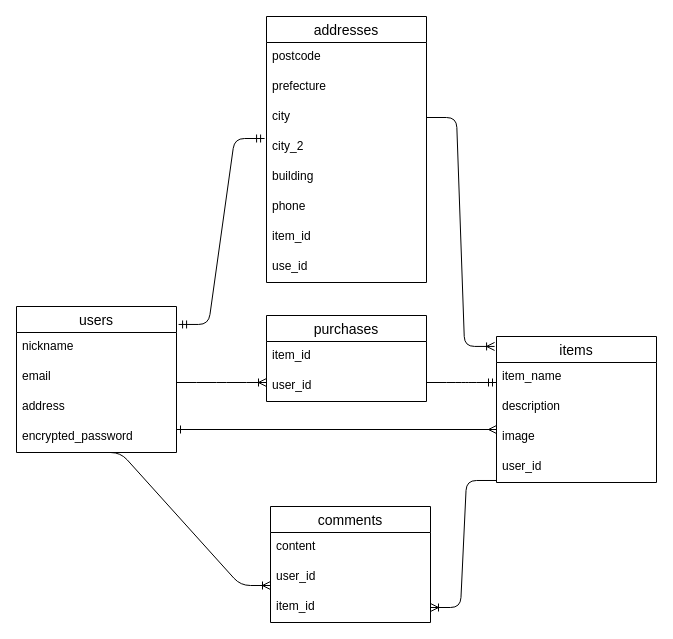
This is furima.dio from KayTsujita/furima-39062, a draw.io file, before an edit. Source tidied: cells renumbered, new cells numbered last; positions are measured from the earlier drawing's top-left corner, leaving out a move shared by most shapes. Both pictures are drawn from the tidied source at 100%, with x=0, y=0 at pixel (16, 16).
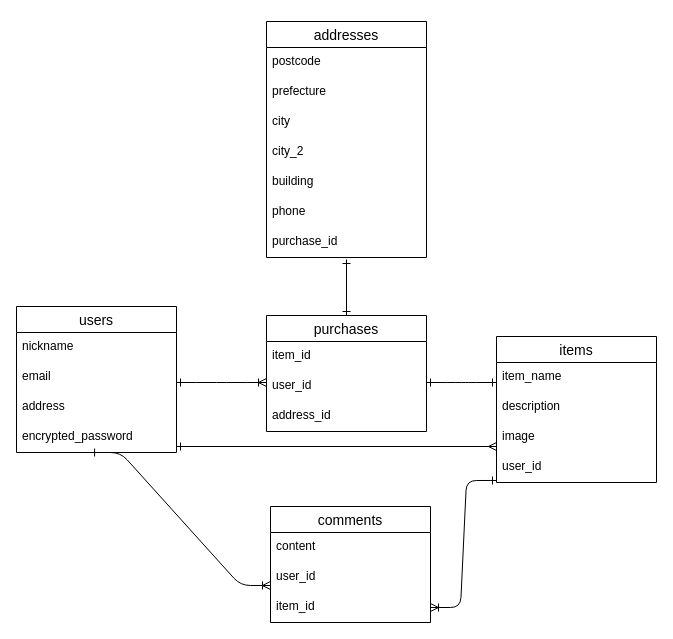
Above is the later version.

Commit message (it also covers changes not shown here):
ER図、設計情報記_修正2

The change refers to these unchanged cells:
```xml
<mxCell id="2" value="users" style="swimlane;fontStyle=0;horizontal=1;startSize=26;align=center;fontSize=14;" parent="1" vertex="1">
  <mxGeometry y="290" width="160" height="146" as="geometry" />
</mxCell>
<mxCell id="6" value="encrypted_password" style="text;strokeColor=none;fillColor=none;spacingLeft=4;spacingRight=4;overflow=hidden;points=[[0,0.5],[1,0.5]];portConstraint=eastwest;fontSize=12;" parent="2" vertex="1">
  <mxGeometry y="116" width="160" height="30" as="geometry" />
</mxCell>
<mxCell id="7" value="items" style="swimlane;fontStyle=0;horizontal=1;startSize=26;align=center;fontSize=14;" parent="1" vertex="1">
  <mxGeometry x="480" y="320" width="160" height="146" as="geometry" />
</mxCell>
<mxCell id="11" value="user_id" style="text;strokeColor=none;fillColor=none;spacingLeft=4;spacingRight=4;overflow=hidden;points=[[0,0.5],[1,0.5]];portConstraint=eastwest;fontSize=12;" parent="7" vertex="1">
  <mxGeometry y="116" width="160" height="30" as="geometry" />
</mxCell>
<mxCell id="16" value="item_id" style="text;strokeColor=none;fillColor=none;spacingLeft=4;spacingRight=4;overflow=hidden;points=[[0,0.5],[1,0.5]];portConstraint=eastwest;fontSize=12;" parent="13" vertex="1">
  <mxGeometry y="86" width="160" height="30" as="geometry" />
</mxCell>
<mxCell id="27" value="city" style="text;strokeColor=none;fillColor=none;spacingLeft=4;spacingRight=4;overflow=hidden;points=[[0,0.5],[1,0.5]];portConstraint=eastwest;fontSize=12;" parent="24" vertex="1">
  <mxGeometry y="86" width="160" height="30" as="geometry" />
</mxCell>
<mxCell id="28" value="city_2" style="text;strokeColor=none;fillColor=none;spacingLeft=4;spacingRight=4;overflow=hidden;points=[[0,0.5],[1,0.5]];portConstraint=eastwest;fontSize=12;" parent="24" vertex="1">
  <mxGeometry y="116" width="160" height="30" as="geometry" />
</mxCell>
```

Diff of the diagram source:
```diff
@@
     <mxCell id="12" style="edgeStyle=none;html=1;exitX=1;exitY=0.5;exitDx=0;exitDy=0;endArrow=ERmany;endFill=0;startArrow=ERone;startFill=0;arcSize=30;entryX=0;entryY=0.5;entryDx=0;entryDy=0;" parent="1" edge="1">
       <mxGeometry relative="1" as="geometry">
-        <mxPoint x="160" y="413" as="sourcePoint" />
-        <mxPoint x="480" y="413" as="targetPoint" />
+        <mxPoint x="160" y="430" as="sourcePoint" />
+        <mxPoint x="480" y="430" as="targetPoint" />
       </mxGeometry>
     </mxCell>
@@
-    <mxCell id="17" style="edgeStyle=entityRelationEdgeStyle;fontSize=12;html=1;endArrow=ERoneToMany;strokeWidth=1;entryX=0;entryY=0.5;entryDx=0;entryDy=0;exitX=0.463;exitY=1;exitDx=0;exitDy=0;exitPerimeter=0;" parent="1" edge="1" source="6">
+    <mxCell id="17" style="edgeStyle=entityRelationEdgeStyle;fontSize=12;html=1;endArrow=ERoneToMany;strokeWidth=1;entryX=0;entryY=0.5;entryDx=0;entryDy=0;exitX=0.463;exitY=1;exitDx=0;exitDy=0;exitPerimeter=0;startArrow=ERone;startFill=0;" parent="1" edge="1" source="6">
       <mxGeometry relative="1" as="geometry">
         <mxPoint x="254" y="569" as="targetPoint" />
       </mxGeometry>
     </mxCell>
-    <mxCell id="18" style="edgeStyle=entityRelationEdgeStyle;fontSize=12;html=1;endArrow=ERoneToMany;strokeWidth=1;exitX=0;exitY=0.933;exitDx=0;exitDy=0;exitPerimeter=0;entryX=1;entryY=0.5;entryDx=0;entryDy=0;" parent="1" edge="1" source="11" target="16">
+    <mxCell id="18" style="edgeStyle=entityRelationEdgeStyle;fontSize=12;html=1;endArrow=ERoneToMany;strokeWidth=1;exitX=0;exitY=0.933;exitDx=0;exitDy=0;exitPerimeter=0;entryX=1;entryY=0.5;entryDx=0;entryDy=0;startArrow=ERone;startFill=0;" parent="1" edge="1" source="11" target="16">
       <mxGeometry relative="1" as="geometry" />
     </mxCell>
     <mxCell id="19" value="purchases" style="swimlane;fontStyle=0;horizontal=1;startSize=26;align=center;fontSize=14;" parent="1" vertex="1">
-      <mxGeometry x="250" y="299" width="160" height="86" as="geometry" />
+      <mxGeometry x="250" y="299" width="160" height="116" as="geometry" />
     </mxCell>
@@
+    <mxCell id="35" value="address_id" style="text;strokeColor=none;fillColor=none;spacingLeft=4;spacingRight=4;overflow=hidden;fontSize=12;" parent="19" vertex="1">
+      <mxGeometry y="86" width="160" height="30" as="geometry" />
+    </mxCell>
-    <mxCell id="22" style="edgeStyle=entityRelationEdgeStyle;fontSize=12;html=1;endArrow=ERoneToMany;strokeWidth=1;entryX=0;entryY=0.5;entryDx=0;entryDy=0;" parent="1" edge="1">
+    <mxCell id="22" style="edgeStyle=entityRelationEdgeStyle;fontSize=12;html=1;endArrow=ERoneToMany;strokeWidth=1;entryX=0;entryY=0.5;entryDx=0;entryDy=0;startArrow=ERone;startFill=0;" parent="1" edge="1">
       <mxGeometry relative="1" as="geometry">
         <mxPoint x="160" y="366" as="sourcePoint" />
         <mxPoint x="250" y="366" as="targetPoint" />
       </mxGeometry>
     </mxCell>
-    <mxCell id="23" style="edgeStyle=entityRelationEdgeStyle;fontSize=12;html=1;endArrow=ERmandOne;strokeWidth=1;exitX=1;exitY=0.5;exitDx=0;exitDy=0;" parent="1" edge="1">
+    <mxCell id="23" style="edgeStyle=entityRelationEdgeStyle;fontSize=12;html=1;endArrow=ERone;strokeWidth=1;exitX=1;exitY=0.5;exitDx=0;exitDy=0;endFill=0;startArrow=ERone;startFill=0;" parent="1" edge="1">
       <mxGeometry relative="1" as="geometry">
         <mxPoint x="410" y="366" as="sourcePoint" />
         <mxPoint x="480" y="366" as="targetPoint" />
       </mxGeometry>
     </mxCell>
     <mxCell id="24" value="addresses" style="swimlane;fontStyle=0;horizontal=1;startSize=26;align=center;fontSize=14;" parent="1" vertex="1">
-      <mxGeometry x="250" width="160" height="266" as="geometry" />
+      <mxGeometry x="250" y="5" width="160" height="236" as="geometry" />
     </mxCell>
@@
-    <mxCell id="31" value="item_id" style="text;strokeColor=none;fillColor=none;spacingLeft=4;spacingRight=4;overflow=hidden;fontSize=12;" parent="24" vertex="1">
-      <mxGeometry y="206" width="160" height="30" as="geometry" />
-    </mxCell>
-    <mxCell id="32" value="use_id" style="text;strokeColor=none;fillColor=none;spacingLeft=4;spacingRight=4;overflow=hidden;fontSize=12;" parent="24" vertex="1">
-      <mxGeometry y="236" width="160" height="30" as="geometry" />
-    </mxCell>
-    <mxCell id="33" style="edgeStyle=entityRelationEdgeStyle;fontSize=12;html=1;endArrow=ERmandOne;startArrow=ERmandOne;strokeWidth=1;exitX=1.013;exitY=0.123;exitDx=0;exitDy=0;exitPerimeter=0;entryX=-0.012;entryY=0.2;entryDx=0;entryDy=0;entryPerimeter=0;" parent="1" edge="1" source="2" target="28">
-      <mxGeometry relative="1" as="geometry" />
-    </mxCell>
-    <mxCell id="34" style="edgeStyle=entityRelationEdgeStyle;fontSize=12;html=1;endArrow=ERoneToMany;strokeWidth=1;entryX=-0.012;entryY=0.068;entryDx=0;entryDy=0;entryPerimeter=0;exitX=1;exitY=0.5;exitDx=0;exitDy=0;" parent="1" edge="1" source="27" target="7">
-      <mxGeometry relative="1" as="geometry" />
-    </mxCell>
+    <mxCell id="36" value="purchase_id" style="text;strokeColor=none;fillColor=none;spacingLeft=4;spacingRight=4;overflow=hidden;fontSize=12;" parent="24" vertex="1">
+      <mxGeometry y="206" width="160" height="30" as="geometry" />
+    </mxCell>
+    <mxCell id="37" style="endArrow=ERone;html=1;rounded=0;strokeWidth=1;entryX=0.5;entryY=0;entryDx=0;entryDy=0;endFill=0;startArrow=ERone;startFill=0;" parent="1" edge="1" target="19">
+      <mxGeometry relative="1" as="geometry">
+        <mxPoint x="330" y="243" as="sourcePoint" />
+      </mxGeometry>
+    </mxCell>
```
